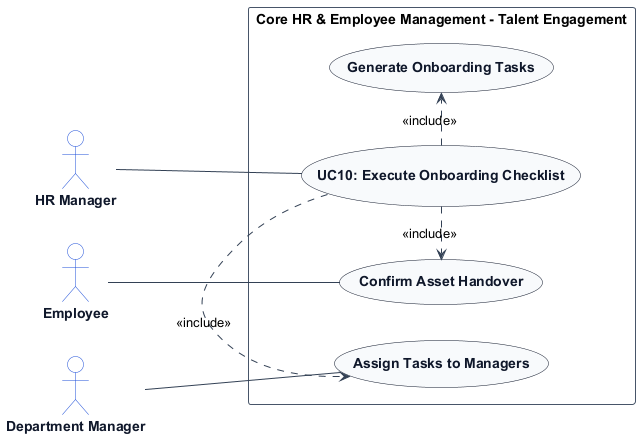
TamBui1706/HRPlatform keeps this PlantUML diagram as usecase_images/module_01_core_hr/UC10.png. Above is the earlier version.
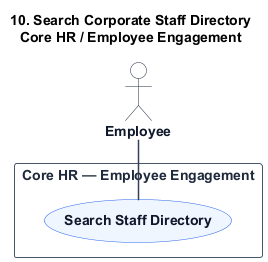
After the commit.

Change to the diagram source:
```diff
@@ -1,38 +1,55 @@
 @startuml
-left to right direction
+title 10. Search Corporate Staff Directory\nCore HR / Employee Engagement
+
 skinparam shadowing false
 skinparam packageStyle rectangle
 skinparam actorStyle stickman
 
-skinparam ArrowColor #334155
-skinparam ActorBorderColor #1d4ed8
+hide stereotype
+
+skinparam ActorBorderColor #1e293b
 skinparam ActorBackgroundColor #ffffff
 skinparam ActorFontColor #0f172a
 skinparam ActorFontStyle bold
 
-skinparam UsecaseBorderColor #0f172a
-skinparam UsecaseBackgroundColor #f8fafc
-skinparam UsecaseFontColor #0f172a
-skinparam UsecaseFontStyle bold
-
 skinparam RectangleBorderColor #475569
 skinparam RectangleBackgroundColor #ffffff
+skinparam RectangleFontColor #1e293b
+skinparam RectangleFontStyle bold
 
-actor "HR Manager" as HRManager
+skinparam ArrowColor #334155
+skinparam ArrowThickness 1.5
+
+skinparam usecase {
+    BackgroundColor #eff6ff
+    BorderColor #2563eb
+    FontColor #0f172a
+    FontStyle bold
+}
+
+skinparam usecase<<Inc>> {
+    BackgroundColor #ffffff
+    BorderColor #64748b
+    FontColor #0f172a
+    FontStyle normal
+}
+
+skinparam usecase<<Ext>> {
+    BackgroundColor #fffbeb
+    BorderColor #d97706
+    FontColor #0f172a
+    FontStyle normal
+}
+
 actor "Employee" as Employee
-actor "Department Manager" as DepartmentManager
 
-rectangle "Core HR & Employee Management - Talent Engagement" {
-    usecase "UC10: Execute Onboarding Checklist" as UC_Main
-    usecase "Generate Onboarding Tasks" as UC_GenTasks
-    usecase "Assign Tasks to Managers" as UC_AssignDepts
-    usecase "Confirm Asset Handover" as UC_ConfirmAsset
+rectangle "Core HR — Employee Engagement" {
+    usecase "Search Staff Directory" as UC_Main
 
-    HRManager -- UC_Main
-    Employee -- UC_ConfirmAsset
-    DepartmentManager -- UC_AssignDepts
-    UC_Main .> UC_GenTasks : <<include>>
-    UC_Main .> UC_AssignDepts : <<include>>
-    UC_Main .> UC_ConfirmAsset : <<include>>
+
+
+    Employee -- UC_Main
+
+
 }
 @enduml
```
